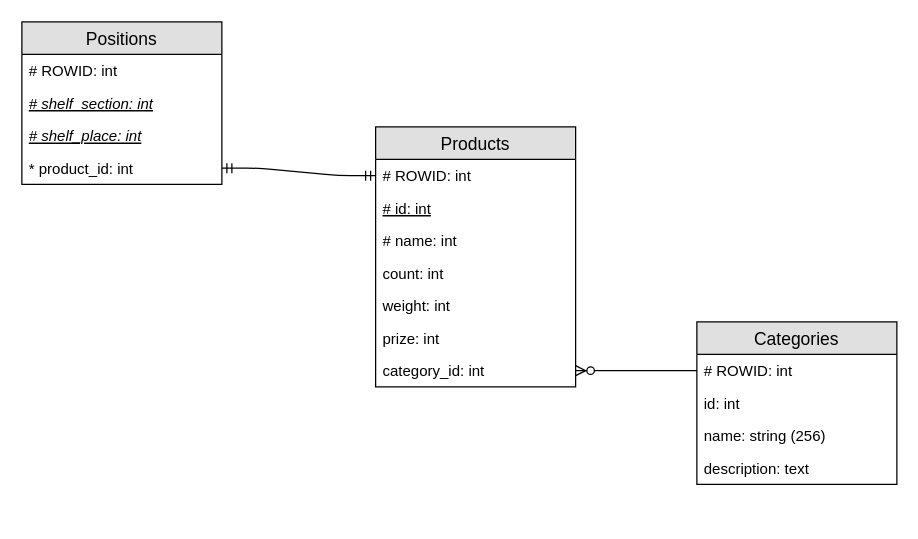
Above: dev/models/raw/DB_Schema.drawio in callidaria/pen-testing (draw.io), before the change. Source tidied: cells renumbered, new cells numbered last; positions are measured from the earlier drawing's top-left corner, leaving out a move shared by most shapes. Both pictures are drawn from the tidied source at 125%, with x=0, y=0 at pixel (21, 21).
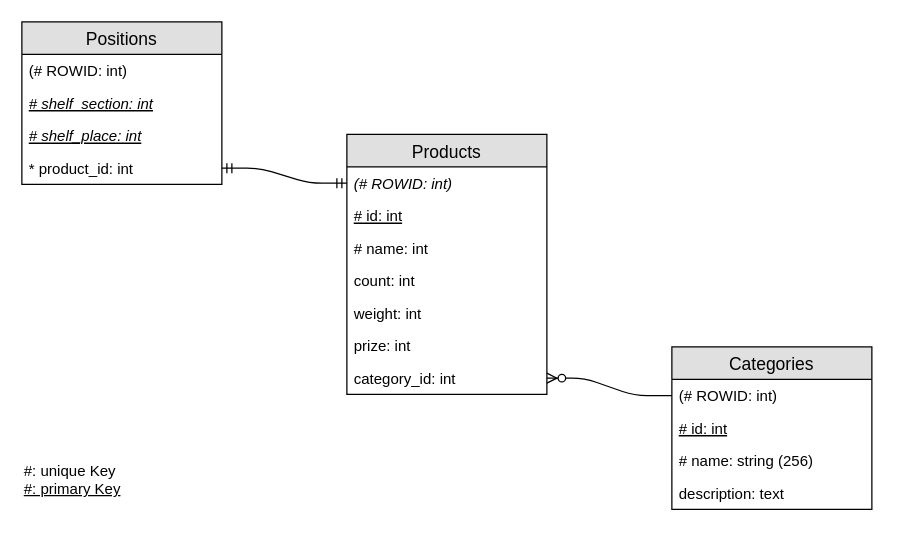
Above is the later version.

Unchanged cells that the change refers to:
```xml
<mxCell id="2" value="Positions" style="swimlane;fontStyle=0;horizontal=1;startSize=26;fillColor=#e0e0e0;swimlaneFillColor=#ffffff;align=center;fontSize=14;" parent="1" vertex="1">
  <mxGeometry width="160" height="130" as="geometry" />
</mxCell>
```

Diff of the diagram source:
```diff
@@
-    <mxCell id="3" value="# ROWID: int" style="text;strokeColor=none;fillColor=none;spacingLeft=4;spacingRight=4;overflow=hidden;fontSize=12;fontStyle=0;" parent="2" vertex="1">
+    <mxCell id="3" value="(# ROWID: int)" style="text;strokeColor=none;fillColor=none;spacingLeft=4;spacingRight=4;overflow=hidden;fontSize=12;fontStyle=0;" parent="2" vertex="1">
       <mxGeometry y="26" width="160" height="26" as="geometry" />
     </mxCell>
@@
     <mxCell id="7" value="Products" style="swimlane;fontStyle=0;horizontal=1;startSize=26;fillColor=#e0e0e0;swimlaneFillColor=#ffffff;align=center;fontSize=14;" parent="1" vertex="1">
-      <mxGeometry x="283" y="84" width="160" height="208" as="geometry" />
+      <mxGeometry x="260" y="90" width="160" height="208" as="geometry" />
     </mxCell>
-    <mxCell id="8" value="# ROWID: int" style="text;strokeColor=none;fillColor=none;spacingLeft=4;spacingRight=4;overflow=hidden;points=[[0,0.5],[1,0.5]];portConstraint=eastwest;fontSize=12;fontStyle=0;" parent="7" vertex="1">
+    <mxCell id="8" value="(# ROWID: int)" style="text;strokeColor=none;fillColor=none;spacingLeft=4;spacingRight=4;overflow=hidden;points=[[0,0.5],[1,0.5]];portConstraint=eastwest;fontSize=12;fontStyle=2;" parent="7" vertex="1">
       <mxGeometry y="26" width="160" height="26" as="geometry" />
     </mxCell>
@@
     <mxCell id="15" value="Categories" style="swimlane;fontStyle=0;horizontal=1;startSize=26;fillColor=#e0e0e0;swimlaneFillColor=#ffffff;align=center;fontSize=14;" parent="1" vertex="1">
-      <mxGeometry x="540" y="240" width="160" height="130" as="geometry" />
+      <mxGeometry x="520" y="260" width="160" height="130" as="geometry" />
     </mxCell>
-    <mxCell id="16" value="# ROWID: int" style="text;strokeColor=none;fillColor=none;spacingLeft=4;spacingRight=4;overflow=hidden;points=[[0,0.5],[1,0.5]];portConstraint=eastwest;fontSize=12;fontStyle=0;" parent="15" vertex="1">
+    <mxCell id="16" value="(# ROWID: int)" style="text;strokeColor=none;fillColor=none;spacingLeft=4;spacingRight=4;overflow=hidden;points=[[0,0.5],[1,0.5]];portConstraint=eastwest;fontSize=12;fontStyle=0;" parent="15" vertex="1">
       <mxGeometry y="26" width="160" height="26" as="geometry" />
     </mxCell>
-    <mxCell id="17" value="id: int" style="text;strokeColor=none;fillColor=none;spacingLeft=4;spacingRight=4;overflow=hidden;fontSize=12;fontStyle=0;" parent="15" vertex="1">
+    <mxCell id="17" value="# id: int" style="text;strokeColor=none;fillColor=none;spacingLeft=4;spacingRight=4;overflow=hidden;fontSize=12;fontStyle=4;" parent="15" vertex="1">
       <mxGeometry y="52" width="160" height="26" as="geometry" />
     </mxCell>
-    <mxCell id="18" value="name: string (256)" style="text;strokeColor=none;fillColor=none;spacingLeft=4;spacingRight=4;overflow=hidden;fontSize=12;" parent="15" vertex="1">
+    <mxCell id="18" value="# name: string (256)" style="text;strokeColor=none;fillColor=none;spacingLeft=4;spacingRight=4;overflow=hidden;fontSize=12;" parent="15" vertex="1">
       <mxGeometry y="78" width="160" height="26" as="geometry" />
     </mxCell>
@@
+    <mxCell id="22" value="#: unique Key&lt;br&gt;&lt;u&gt;#: primary Key&lt;br&gt;&lt;/u&gt;&lt;u&gt;&lt;br&gt;&lt;/u&gt;" style="text;html=1;align=left;verticalAlign=top;spacingTop=-4;" parent="1" vertex="1">
+      <mxGeometry y="350" width="90" height="40" as="geometry" />
+    </mxCell>
```
